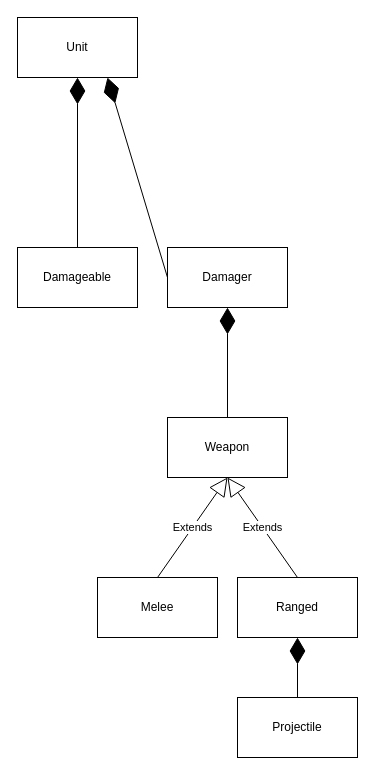
anvemaha/rts-game keeps this draw.io diagram as Documentation/rts.drawio. Above is the earlier version. Source tidied: cells renumbered, new cells numbered last; positions are measured from the earlier drawing's top-left corner, leaving out a move shared by most shapes. Both pictures are drawn from the tidied source at 100%, with x=0, y=0 at pixel (17, 17).
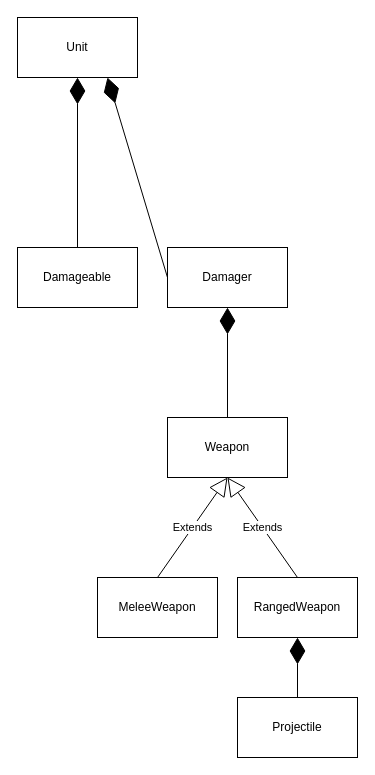
The same page after the edit.

Change to the diagram source:
```diff
@@
 <mxGraphModel>
   <root>
     <mxCell id="0" />
     <mxCell id="1" parent="0" />
     <mxCell id="2" style="endArrow=diamondThin;endFill=1;endSize=24;html=1;entryX=0.5;entryY=1;entryDx=0;entryDy=0;exitX=0.5;exitY=0;exitDx=0;exitDy=0;" parent="1" edge="1" source="3" target="4">
       <mxGeometry relative="1" as="geometry" />
     </mxCell>
     <mxCell id="3" value="Damageable" style="rounded=0;whiteSpace=wrap;html=1;" parent="1" vertex="1">
       <mxGeometry y="230" width="120" height="60" as="geometry" />
     </mxCell>
     <mxCell id="4" value="Unit" style="rounded=0;whiteSpace=wrap;html=1;" parent="1" vertex="1">
       <mxGeometry width="120" height="60" as="geometry" />
     </mxCell>
     <mxCell id="5" value="Damager" style="rounded=0;whiteSpace=wrap;html=1;" parent="1" vertex="1">
       <mxGeometry x="150" y="230" width="120" height="60" as="geometry" />
     </mxCell>
-    <mxCell id="6" value="Melee" style="rounded=0;whiteSpace=wrap;html=1;" parent="1" vertex="1">
+    <mxCell id="6" value="MeleeWeapon" style="rounded=0;whiteSpace=wrap;html=1;" parent="1" vertex="1">
       <mxGeometry x="80" y="560" width="120" height="60" as="geometry" />
     </mxCell>
-    <mxCell id="7" value="Ranged" style="rounded=0;whiteSpace=wrap;html=1;" parent="1" vertex="1">
+    <mxCell id="7" value="RangedWeapon" style="rounded=0;whiteSpace=wrap;html=1;" parent="1" vertex="1">
       <mxGeometry x="220" y="560" width="120" height="60" as="geometry" />
     </mxCell>
     <mxCell id="8" value="Projectile" style="rounded=0;whiteSpace=wrap;html=1;" parent="1" vertex="1">
       <mxGeometry x="220" y="680" width="120" height="60" as="geometry" />
     </mxCell>
     <mxCell id="9" value="Weapon" style="rounded=0;whiteSpace=wrap;html=1;" parent="1" vertex="1">
       <mxGeometry x="150" y="400" width="120" height="60" as="geometry" />
     </mxCell>
     <mxCell id="10" style="endArrow=diamondThin;endFill=1;endSize=24;html=1;entryX=0.5;entryY=1;entryDx=0;entryDy=0;exitX=0.5;exitY=0;exitDx=0;exitDy=0;" parent="1" edge="1" source="9" target="5">
       <mxGeometry relative="1" as="geometry" />
     </mxCell>
     <mxCell id="11" value="Extends" style="endArrow=block;endSize=16;endFill=0;html=1;entryX=0.5;entryY=1;entryDx=0;entryDy=0;exitX=0.5;exitY=0;exitDx=0;exitDy=0;" parent="1" edge="1" source="6" target="9">
       <mxGeometry relative="1" as="geometry" />
     </mxCell>
     <mxCell id="12" value="Extends" style="endArrow=block;endSize=16;endFill=0;html=1;entryX=0.5;entryY=1;entryDx=0;entryDy=0;exitX=0.5;exitY=0;exitDx=0;exitDy=0;" parent="1" edge="1" source="7" target="9">
       <mxGeometry relative="1" as="geometry" />
     </mxCell>
     <mxCell id="13" style="endArrow=diamondThin;endFill=1;endSize=24;html=1;entryX=0.5;entryY=1;entryDx=0;entryDy=0;exitX=0.5;exitY=0;exitDx=0;exitDy=0;" parent="1" edge="1" source="8" target="7">
       <mxGeometry relative="1" as="geometry" />
     </mxCell>
     <mxCell id="14" style="endArrow=diamondThin;endFill=1;endSize=24;html=1;entryX=0.75;entryY=1;entryDx=0;entryDy=0;exitX=0;exitY=0.5;exitDx=0;exitDy=0;" parent="1" edge="1" source="5" target="4">
       <mxGeometry relative="1" as="geometry" />
     </mxCell>
   </root>
 </mxGraphModel>
```
